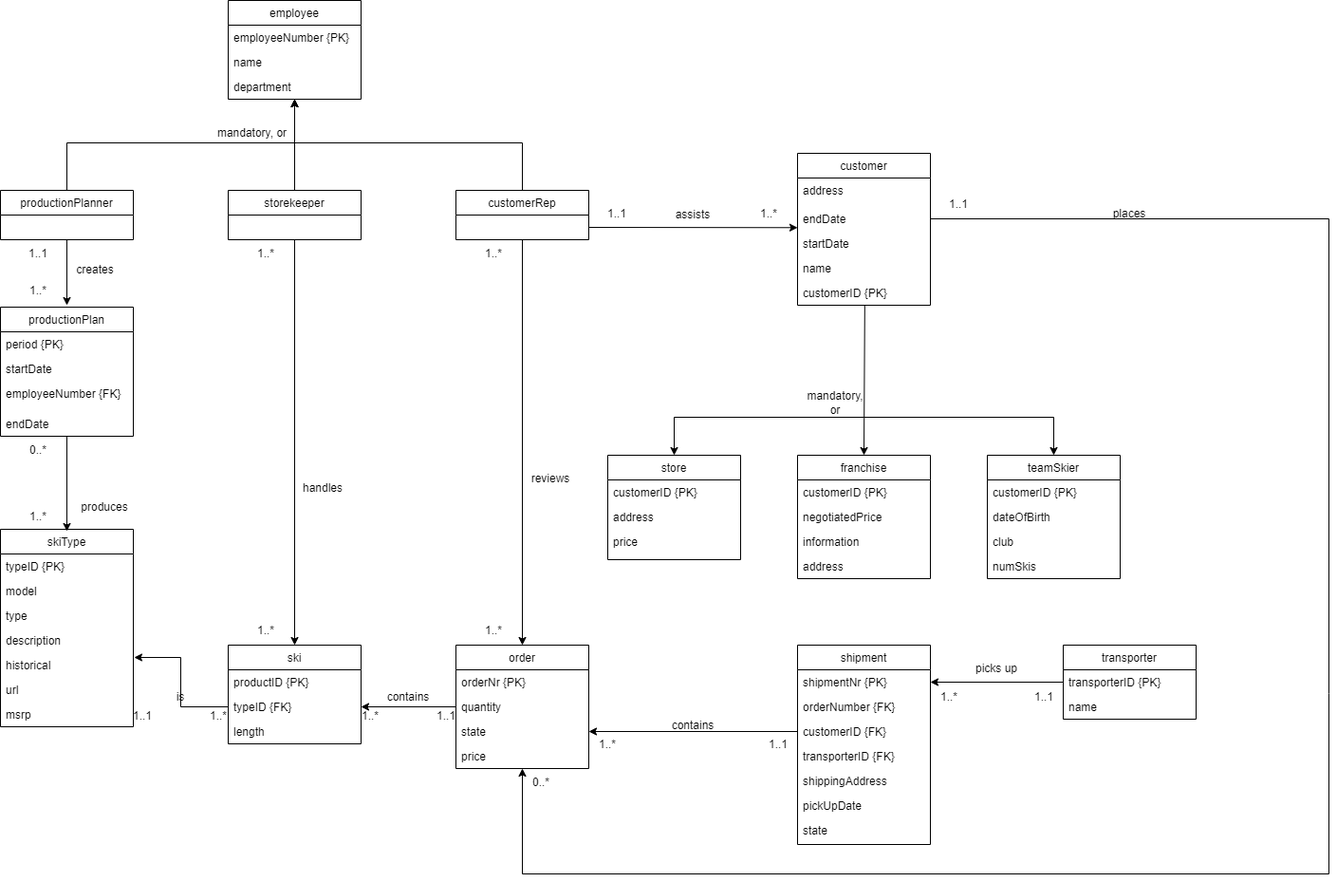
Before: documentation/conceptual_model.png, a diagram exported from draw.io (Mystodan/database_prosjekt_33). Source tidied: cells renumbered, new cells last; positions are measured from the earlier drawing's top-left corner, leaving out a move shared by most shapes.
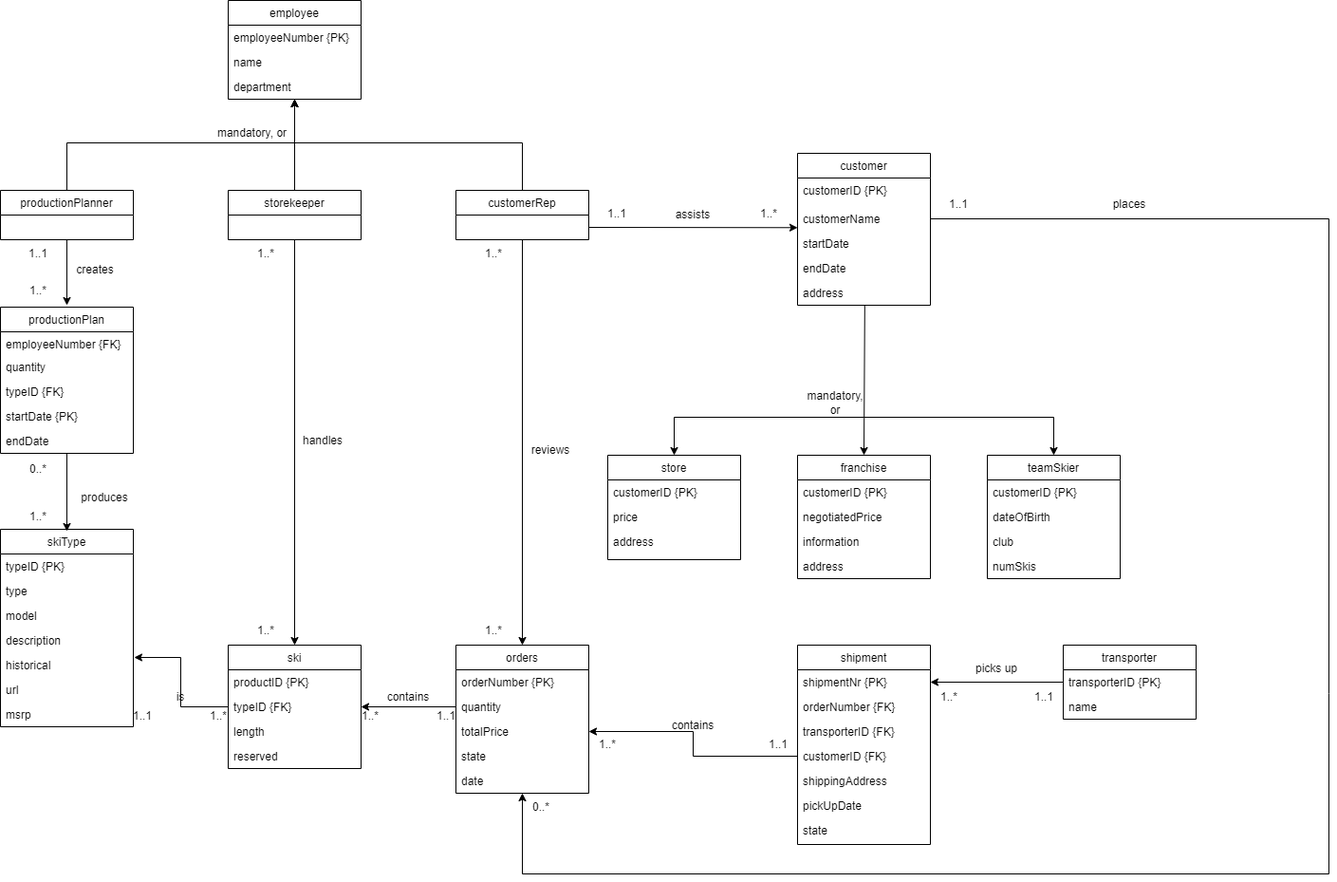
Above is the later version.

Diff of the diagram source:
```diff
@@ -45,12 +45,12 @@
     <mxCell id="12" value="typeID {PK}" style="text;strokeColor=none;fillColor=none;align=left;verticalAlign=top;spacingLeft=4;spacingRight=4;overflow=hidden;" parent="11" vertex="1">
       <mxGeometry y="26" width="140" height="26" as="geometry" />
     </mxCell>
+    <mxCell id="14" value="type" style="text;strokeColor=none;fillColor=none;align=left;verticalAlign=top;spacingLeft=4;spacingRight=4;overflow=hidden;" parent="11" vertex="1">
+      <mxGeometry y="52" width="140" height="26" as="geometry" />
+    </mxCell>
     <mxCell id="13" value="model" style="text;strokeColor=none;fillColor=none;align=left;verticalAlign=top;spacingLeft=4;spacingRight=4;overflow=hidden;" parent="11" vertex="1">
-      <mxGeometry y="52" width="140" height="26" as="geometry" />
+      <mxGeometry y="78" width="140" height="26" as="geometry" />
     </mxCell>
-    <mxCell id="14" value="type" style="text;strokeColor=none;fillColor=none;align=left;verticalAlign=top;spacingLeft=4;spacingRight=4;overflow=hidden;" parent="11" vertex="1">
-      <mxGeometry y="78" width="140" height="26" as="geometry" />
-    </mxCell>
     <mxCell id="15" value="description" style="text;strokeColor=none;fillColor=none;align=left;verticalAlign=top;spacingLeft=4;spacingRight=4;overflow=hidden;" parent="11" vertex="1">
       <mxGeometry y="104" width="140" height="26" as="geometry" />
     </mxCell>
@@ -64,7 +64,7 @@
       <mxGeometry y="182" width="140" height="26" as="geometry" />
     </mxCell>
     <mxCell id="19" value="ski" style="swimlane;fontStyle=0;horizontal=1;startSize=26;fillColor=none;" parent="1" vertex="1">
-      <mxGeometry x="240" y="679" width="140" height="104" as="geometry" />
+      <mxGeometry x="240" y="679" width="140" height="130" as="geometry" />
     </mxCell>
     <mxCell id="20" value="productID {PK}" style="text;strokeColor=none;fillColor=none;align=left;verticalAlign=top;spacingLeft=4;spacingRight=4;overflow=hidden;" parent="19" vertex="1">
       <mxGeometry y="26" width="140" height="26" as="geometry" />
@@ -72,8 +72,11 @@
     <mxCell id="21" value="typeID {FK}" style="text;strokeColor=none;fillColor=none;align=left;verticalAlign=top;spacingLeft=4;spacingRight=4;overflow=hidden;points=[[0,0.5],[1,0.5]];portConstraint=eastwest;" parent="19" vertex="1">
       <mxGeometry y="52" width="140" height="26" as="geometry" />
     </mxCell>
+    <mxCell id="110" value="length" style="text;strokeColor=none;fillColor=none;align=left;verticalAlign=top;spacingLeft=4;spacingRight=4;overflow=hidden;" parent="19" vertex="1">
+      <mxGeometry y="78" width="140" height="26" as="geometry" />
+    </mxCell>
-    <mxCell id="22" value="length" style="text;strokeColor=none;fillColor=none;align=left;verticalAlign=top;spacingLeft=4;spacingRight=4;overflow=hidden;" parent="19" vertex="1">
-      <mxGeometry y="78" width="140" height="26" as="geometry" />
+    <mxCell id="22" value="reserved" style="text;strokeColor=none;fillColor=none;align=left;verticalAlign=top;spacingLeft=4;spacingRight=4;overflow=hidden;" parent="19" vertex="1">
+      <mxGeometry y="104" width="140" height="26" as="geometry" />
     </mxCell>
     <mxCell id="23" value="employee" style="swimlane;fontStyle=0;horizontal=1;startSize=26;fillColor=none;" parent="1" vertex="1">
       <mxGeometry x="240" width="140" height="104" as="geometry" />
@@ -87,38 +90,44 @@
     <mxCell id="26" value="department" style="text;strokeColor=none;fillColor=none;align=left;verticalAlign=top;spacingLeft=4;spacingRight=4;overflow=hidden;" parent="23" vertex="1">
       <mxGeometry y="78" width="140" height="26" as="geometry" />
     </mxCell>
-    <mxCell id="27" value="order" style="swimlane;fontStyle=0;horizontal=1;startSize=26;fillColor=none;" parent="1" vertex="1">
-      <mxGeometry x="480" y="679" width="140" height="130" as="geometry" />
+    <mxCell id="27" value="orders" style="swimlane;fontStyle=0;horizontal=1;startSize=26;fillColor=none;" parent="1" vertex="1">
+      <mxGeometry x="480" y="679" width="140" height="156" as="geometry" />
     </mxCell>
-    <mxCell id="28" value="orderNr {PK}" style="text;strokeColor=none;fillColor=none;align=left;verticalAlign=top;spacingLeft=4;spacingRight=4;overflow=hidden;" parent="27" vertex="1">
+    <mxCell id="28" value="orderNumber {PK}" style="text;strokeColor=none;fillColor=none;align=left;verticalAlign=top;spacingLeft=4;spacingRight=4;overflow=hidden;" parent="27" vertex="1">
       <mxGeometry y="26" width="140" height="26" as="geometry" />
     </mxCell>
     <mxCell id="29" value="quantity" style="text;strokeColor=none;fillColor=none;align=left;verticalAlign=top;spacingLeft=4;spacingRight=4;overflow=hidden;points=[[0,0.5],[1,0.5]];portConstraint=eastwest;" parent="27" vertex="1">
       <mxGeometry y="52" width="140" height="26" as="geometry" />
     </mxCell>
-    <mxCell id="30" value="state" style="text;strokeColor=none;fillColor=none;align=left;verticalAlign=top;spacingLeft=4;spacingRight=4;overflow=hidden;points=[[0,0.5],[1,0.5]];portConstraint=eastwest;" parent="27" vertex="1">
+    <mxCell id="30" value="totalPrice" style="text;strokeColor=none;fillColor=none;align=left;verticalAlign=top;spacingLeft=4;spacingRight=4;overflow=hidden;points=[[0,0.5],[1,0.5]];portConstraint=eastwest;" parent="27" vertex="1">
       <mxGeometry y="78" width="140" height="26" as="geometry" />
     </mxCell>
+    <mxCell id="111" value="state" style="text;strokeColor=none;fillColor=none;align=left;verticalAlign=top;spacingLeft=4;spacingRight=4;overflow=hidden;" parent="27" vertex="1">
+      <mxGeometry y="104" width="140" height="26" as="geometry" />
+    </mxCell>
-    <mxCell id="31" value="price" style="text;strokeColor=none;fillColor=none;align=left;verticalAlign=top;spacingLeft=4;spacingRight=4;overflow=hidden;points=[[0,0.5],[1,0.5]];portConstraint=eastwest;" parent="27" vertex="1">
-      <mxGeometry y="104" width="140" height="26" as="geometry" />
+    <mxCell id="31" value="date" style="text;strokeColor=none;fillColor=none;align=left;verticalAlign=top;spacingLeft=4;spacingRight=4;overflow=hidden;points=[[0,0.5],[1,0.5]];portConstraint=eastwest;" parent="27" vertex="1">
+      <mxGeometry y="130" width="140" height="26" as="geometry" />
     </mxCell>
     <mxCell id="32" style="edgeStyle=none;rounded=0;jettySize=auto;html=1;entryX=1;entryY=1;entryDx=0;entryDy=0;" parent="1" edge="1" source="33" target="83">
       <mxGeometry relative="1" as="geometry" />
     </mxCell>
     <mxCell id="33" value="productionPlan" style="swimlane;fontStyle=0;horizontal=1;startSize=26;fillColor=none;" parent="1" vertex="1">
-      <mxGeometry y="323" width="140" height="136" as="geometry" />
+      <mxGeometry y="323" width="140" height="154" as="geometry" />
     </mxCell>
-    <mxCell id="34" value="period {PK}" style="text;strokeColor=none;fillColor=none;align=left;verticalAlign=top;spacingLeft=4;spacingRight=4;overflow=hidden;" parent="33" vertex="1">
-      <mxGeometry y="26" width="140" height="26" as="geometry" />
-    </mxCell>
-    <mxCell id="35" value="startDate" style="text;strokeColor=none;fillColor=none;align=left;verticalAlign=top;spacingLeft=4;spacingRight=4;overflow=hidden;" parent="33" vertex="1">
-      <mxGeometry y="52" width="140" height="26" as="geometry" />
-    </mxCell>
     <mxCell id="36" value="employeeNumber {FK}" style="text;strokeColor=none;fillColor=none;align=left;verticalAlign=top;spacingLeft=4;spacingRight=4;overflow=hidden;" parent="33" vertex="1">
-      <mxGeometry y="78" width="140" height="32" as="geometry" />
+      <mxGeometry y="26" width="140" height="24" as="geometry" />
     </mxCell>
+    <mxCell id="112" value="quantity" style="text;strokeColor=none;fillColor=none;align=left;verticalAlign=top;spacingLeft=4;spacingRight=4;overflow=hidden;" parent="33" vertex="1">
+      <mxGeometry y="50" width="140" height="26" as="geometry" />
+    </mxCell>
+    <mxCell id="113" value="typeID {FK}" style="text;strokeColor=none;fillColor=none;align=left;verticalAlign=top;spacingLeft=4;spacingRight=4;overflow=hidden;" parent="33" vertex="1">
+      <mxGeometry y="76" width="140" height="26" as="geometry" />
+    </mxCell>
+    <mxCell id="114" value="startDate {PK}" style="text;strokeColor=none;fillColor=none;align=left;verticalAlign=top;spacingLeft=4;spacingRight=4;overflow=hidden;" parent="33" vertex="1">
+      <mxGeometry y="102" width="140" height="26" as="geometry" />
+    </mxCell>
     <mxCell id="37" value="endDate" style="text;strokeColor=none;fillColor=none;align=left;verticalAlign=top;spacingLeft=4;spacingRight=4;overflow=hidden;" parent="33" vertex="1">
-      <mxGeometry y="110" width="140" height="26" as="geometry" />
+      <mxGeometry y="128" width="140" height="26" as="geometry" />
     </mxCell>
     <mxCell id="38" value="shipment" style="swimlane;fontStyle=0;horizontal=1;startSize=26;fillColor=none;" parent="1" vertex="1">
       <mxGeometry x="840" y="679" width="140" height="210" as="geometry" />
@@ -129,12 +138,12 @@
     <mxCell id="40" value="orderNumber {FK}" style="text;strokeColor=none;fillColor=none;align=left;verticalAlign=top;spacingLeft=4;spacingRight=4;overflow=hidden;" parent="38" vertex="1">
       <mxGeometry y="52" width="140" height="26" as="geometry" />
     </mxCell>
+    <mxCell id="42" value="transporterID {FK}" style="text;strokeColor=none;fillColor=none;align=left;verticalAlign=top;spacingLeft=4;spacingRight=4;overflow=hidden;" parent="38" vertex="1">
+      <mxGeometry y="78" width="140" height="26" as="geometry" />
+    </mxCell>
     <mxCell id="41" value="customerID {FK}" style="text;strokeColor=none;fillColor=none;align=left;verticalAlign=top;spacingLeft=4;spacingRight=4;overflow=hidden;points=[[0,0.5],[1,0.5]];portConstraint=eastwest;" parent="38" vertex="1">
-      <mxGeometry y="78" width="140" height="26" as="geometry" />
+      <mxGeometry y="104" width="140" height="26" as="geometry" />
     </mxCell>
-    <mxCell id="42" value="transporterID {FK}" style="text;strokeColor=none;fillColor=none;align=left;verticalAlign=top;spacingLeft=4;spacingRight=4;overflow=hidden;" parent="38" vertex="1">
-      <mxGeometry y="104" width="140" height="26" as="geometry" />
-    </mxCell>
     <mxCell id="43" value="shippingAddress" style="text;strokeColor=none;fillColor=none;align=left;verticalAlign=top;spacingLeft=4;spacingRight=4;overflow=hidden;" parent="38" vertex="1">
       <mxGeometry y="130" width="140" height="26" as="geometry" />
     </mxCell>
@@ -175,19 +184,19 @@
     <mxCell id="52" value="customer" style="swimlane;fontStyle=0;horizontal=1;startSize=26;fillColor=none;" parent="1" vertex="1">
       <mxGeometry x="840" y="161" width="140" height="160" as="geometry" />
     </mxCell>
-    <mxCell id="53" value="address" style="text;strokeColor=none;fillColor=none;align=left;verticalAlign=top;spacingLeft=4;spacingRight=4;overflow=hidden;" parent="52" vertex="1">
+    <mxCell id="53" value="customerID {PK}" style="text;strokeColor=none;fillColor=none;align=left;verticalAlign=top;spacingLeft=4;spacingRight=4;overflow=hidden;" parent="52" vertex="1">
       <mxGeometry y="26" width="140" height="30" as="geometry" />
     </mxCell>
-    <mxCell id="54" value="endDate" style="text;strokeColor=none;fillColor=none;align=left;verticalAlign=top;spacingLeft=4;spacingRight=4;overflow=hidden;points=[[0,0.5],[1,0.5]];portConstraint=eastwest;" parent="52" vertex="1">
+    <mxCell id="54" value="customerName" style="text;strokeColor=none;fillColor=none;align=left;verticalAlign=top;spacingLeft=4;spacingRight=4;overflow=hidden;points=[[0,0.5],[1,0.5]];portConstraint=eastwest;" parent="52" vertex="1">
       <mxGeometry y="56" width="140" height="26" as="geometry" />
     </mxCell>
     <mxCell id="55" value="startDate" style="text;strokeColor=none;fillColor=none;align=left;verticalAlign=top;spacingLeft=4;spacingRight=4;overflow=hidden;" parent="52" vertex="1">
       <mxGeometry y="82" width="140" height="26" as="geometry" />
     </mxCell>
-    <mxCell id="56" value="name" style="text;strokeColor=none;fillColor=none;align=left;verticalAlign=top;spacingLeft=4;spacingRight=4;overflow=hidden;" parent="52" vertex="1">
+    <mxCell id="56" value="endDate" style="text;strokeColor=none;fillColor=none;align=left;verticalAlign=top;spacingLeft=4;spacingRight=4;overflow=hidden;" parent="52" vertex="1">
       <mxGeometry y="108" width="140" height="26" as="geometry" />
     </mxCell>
-    <mxCell id="57" value="customerID {PK}" style="text;strokeColor=none;fillColor=none;align=left;verticalAlign=top;spacingLeft=4;spacingRight=4;overflow=hidden;points=[[0,0.5],[1,0.5]];portConstraint=eastwest;" parent="52" vertex="1">
+    <mxCell id="57" value="address" style="text;strokeColor=none;fillColor=none;align=left;verticalAlign=top;spacingLeft=4;spacingRight=4;overflow=hidden;points=[[0,0.5],[1,0.5]];portConstraint=eastwest;" parent="52" vertex="1">
       <mxGeometry y="134" width="140" height="26" as="geometry" />
     </mxCell>
     <mxCell id="58" value="teamSkier" style="swimlane;fontStyle=0;horizontal=1;startSize=26;fillColor=none;" parent="1" vertex="1">
@@ -211,10 +220,10 @@
     <mxCell id="64" value="customerID {PK}" style="text;strokeColor=none;fillColor=none;align=left;verticalAlign=top;spacingLeft=4;spacingRight=4;overflow=hidden;" parent="63" vertex="1">
       <mxGeometry y="26" width="140" height="26" as="geometry" />
     </mxCell>
-    <mxCell id="65" value="address" style="text;strokeColor=none;fillColor=none;align=left;verticalAlign=top;spacingLeft=4;spacingRight=4;overflow=hidden;" parent="63" vertex="1">
+    <mxCell id="65" value="price" style="text;strokeColor=none;fillColor=none;align=left;verticalAlign=top;spacingLeft=4;spacingRight=4;overflow=hidden;" parent="63" vertex="1">
       <mxGeometry y="52" width="140" height="26" as="geometry" />
     </mxCell>
-    <mxCell id="66" value="price" style="text;strokeColor=none;fillColor=none;align=left;verticalAlign=top;spacingLeft=4;spacingRight=4;overflow=hidden;" parent="63" vertex="1">
+    <mxCell id="66" value="address" style="text;strokeColor=none;fillColor=none;align=left;verticalAlign=top;spacingLeft=4;spacingRight=4;overflow=hidden;" parent="63" vertex="1">
       <mxGeometry y="78" width="140" height="32" as="geometry" />
     </mxCell>
     <mxCell id="67" value="franchise" style="swimlane;fontStyle=0;horizontal=1;startSize=26;fillColor=none;" parent="1" vertex="1">
@@ -273,7 +282,7 @@
       <mxGeometry x="70" y="269" width="60" height="30" as="geometry" />
     </mxCell>
     <mxCell id="82" value="0..*" style="text;html=1;strokeColor=none;fillColor=none;align=center;verticalAlign=middle;whiteSpace=wrap;rounded=0;" parent="1" vertex="1">
-      <mxGeometry x="10" y="459" width="60" height="30" as="geometry" />
+      <mxGeometry x="10" y="479" width="60" height="30" as="geometry" />
     </mxCell>
     <mxCell id="83" value="1..*" style="text;html=1;strokeColor=none;fillColor=none;align=center;verticalAlign=middle;whiteSpace=wrap;rounded=0;" parent="1" vertex="1">
       <mxGeometry x="10" y="529" width="60" height="30" as="geometry" />
@@ -324,7 +333,7 @@
       <mxGeometry x="980" y="200" width="60" height="30" as="geometry" />
     </mxCell>
     <mxCell id="99" value="0..*" style="text;html=1;strokeColor=none;fillColor=none;align=center;verticalAlign=middle;whiteSpace=wrap;rounded=0;" parent="1" vertex="1">
-      <mxGeometry x="540" y="809" width="60" height="30" as="geometry" />
+      <mxGeometry x="540" y="835" width="60" height="30" as="geometry" />
     </mxCell>
     <mxCell id="100" value="mandatory, or" style="text;html=1;strokeColor=none;fillColor=none;align=center;verticalAlign=middle;whiteSpace=wrap;rounded=0;" parent="1" vertex="1">
       <mxGeometry x="850" y="409" width="60" height="30" as="geometry" />
@@ -336,7 +345,7 @@
       <mxGeometry x="700" y="749" width="60" height="30" as="geometry" />
     </mxCell>
     <mxCell id="103" value="places" style="text;html=1;strokeColor=none;fillColor=none;align=center;verticalAlign=middle;whiteSpace=wrap;rounded=0;" parent="1" vertex="1">
-      <mxGeometry x="1160" y="210" width="60" height="30" as="geometry" />
+      <mxGeometry x="1160" y="200" width="60" height="30" as="geometry" />
     </mxCell>
     <mxCell id="104" value="contains" style="text;html=1;strokeColor=none;fillColor=none;align=center;verticalAlign=middle;whiteSpace=wrap;rounded=0;" parent="1" vertex="1">
       <mxGeometry x="400" y="719" width="60" height="30" as="geometry" />
@@ -345,13 +354,13 @@
       <mxGeometry x="160" y="719" width="60" height="30" as="geometry" />
     </mxCell>
     <mxCell id="106" value="handles" style="text;html=1;strokeColor=none;fillColor=none;align=center;verticalAlign=middle;whiteSpace=wrap;rounded=0;" parent="1" vertex="1">
-      <mxGeometry x="310" y="499" width="60" height="30" as="geometry" />
+      <mxGeometry x="310" y="449" width="60" height="30" as="geometry" />
     </mxCell>
     <mxCell id="107" value="produces" style="text;html=1;strokeColor=none;fillColor=none;align=center;verticalAlign=middle;whiteSpace=wrap;rounded=0;" parent="1" vertex="1">
-      <mxGeometry x="80" y="519" width="60" height="30" as="geometry" />
+      <mxGeometry x="80" y="509" width="60" height="30" as="geometry" />
     </mxCell>
     <mxCell id="108" value="reviews" style="text;html=1;strokeColor=none;fillColor=none;align=center;verticalAlign=middle;whiteSpace=wrap;rounded=0;" parent="1" vertex="1">
-      <mxGeometry x="550" y="489" width="60" height="30" as="geometry" />
+      <mxGeometry x="550" y="459" width="60" height="30" as="geometry" />
     </mxCell>
     <mxCell id="109" value="assists" style="text;html=1;strokeColor=none;fillColor=none;align=center;verticalAlign=middle;whiteSpace=wrap;rounded=0;" parent="1" vertex="1">
       <mxGeometry x="700" y="211" width="60" height="30" as="geometry" />
```
